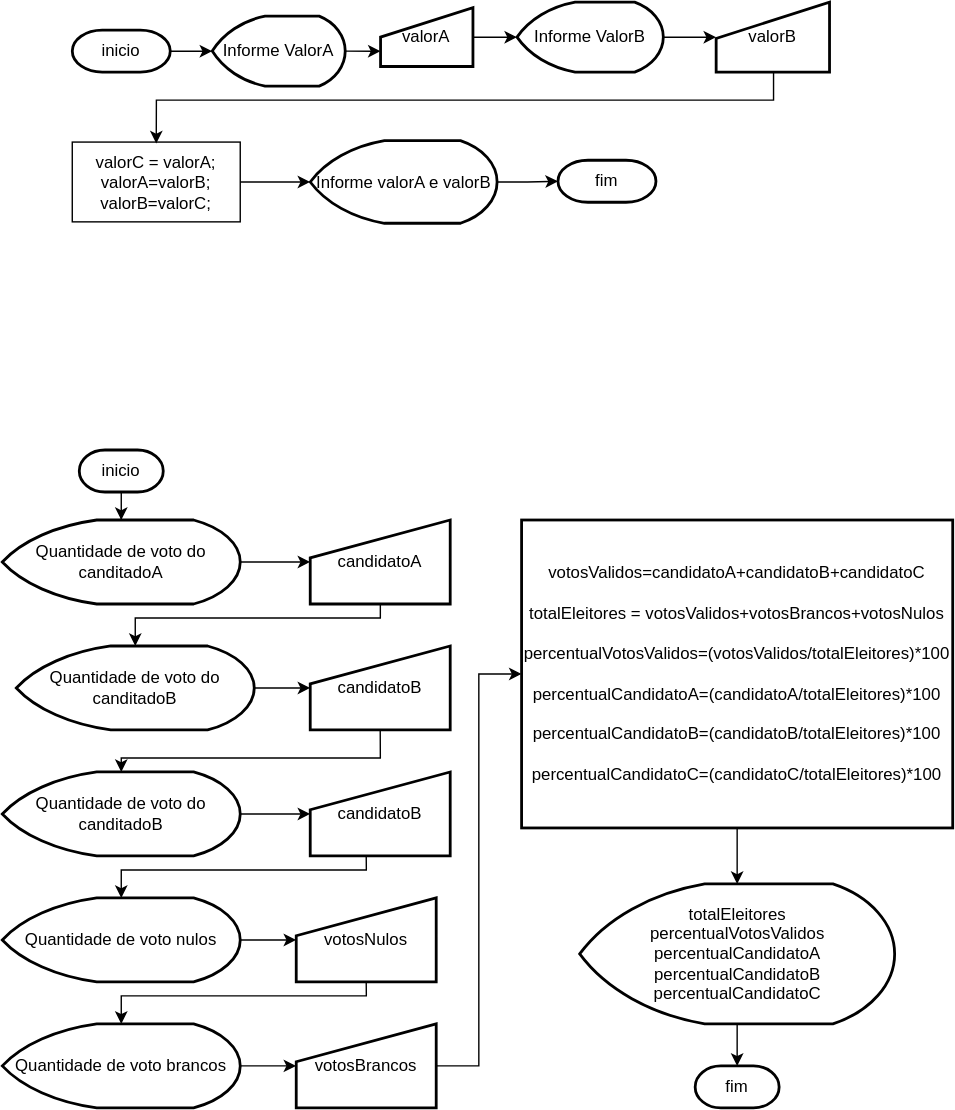
Earlier version of the draw.io export exercicio18/src/exercicio18.drawio.svg (bartolomeusantos072/logica-programacao). Source tidied: cells renumbered, new cells last; positions are measured from the earlier drawing's top-left corner, leaving out a move shared by most shapes.
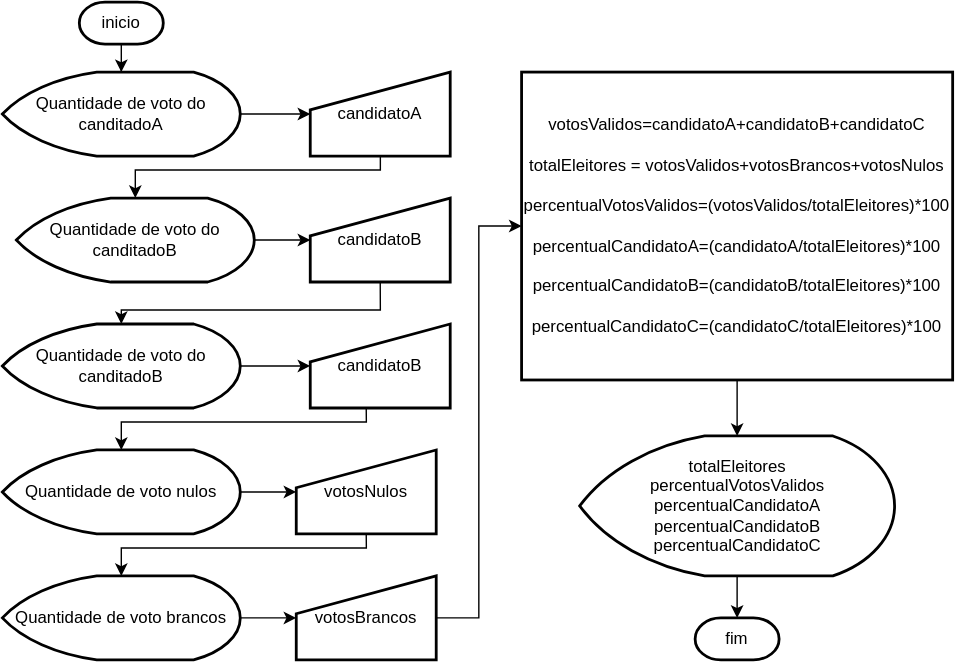
The same diagram one commit later.

Change to the diagram source:
```diff
@@ -2,60 +2,6 @@
   <root>
     <mxCell id="0" />
     <mxCell id="1" parent="0" />
-    <mxCell id="2" style="edgeStyle=orthogonalEdgeStyle;rounded=0;jettySize=auto;html=1;" parent="1" edge="1" source="3" target="5">
-      <mxGeometry relative="1" as="geometry" />
-    </mxCell>
-    <mxCell id="3" value="inicio" style="strokeWidth=2;html=1;shape=mxgraph.flowchart.terminator;whiteSpace=wrap;" parent="1" vertex="1">
-      <mxGeometry x="50" y="20" width="70" height="30" as="geometry" />
-    </mxCell>
-    <mxCell id="4" style="edgeStyle=orthogonalEdgeStyle;rounded=0;jettySize=auto;html=1;entryX=0;entryY=0.75;entryDx=0;entryDy=0;" parent="1" edge="1" target="7">
-      <mxGeometry relative="1" as="geometry">
-        <mxPoint x="245" y="35" as="sourcePoint" />
-      </mxGeometry>
-    </mxCell>
-    <mxCell id="5" value="Informe ValorA" style="strokeWidth=2;html=1;shape=mxgraph.flowchart.display;whiteSpace=wrap;" parent="1" vertex="1">
-      <mxGeometry x="150" y="10" width="95" height="50" as="geometry" />
-    </mxCell>
-    <mxCell id="6" style="edgeStyle=orthogonalEdgeStyle;rounded=0;jettySize=auto;html=1;" parent="1" edge="1" source="7" target="9">
-      <mxGeometry relative="1" as="geometry" />
-    </mxCell>
-    <mxCell id="7" value="valorA" style="html=1;strokeWidth=2;shape=manualInput;whiteSpace=wrap;rounded=1;size=21;arcSize=0;" parent="1" vertex="1">
-      <mxGeometry x="270.2" y="4" width="66" height="42" as="geometry" />
-    </mxCell>
-    <mxCell id="8" style="edgeStyle=orthogonalEdgeStyle;rounded=0;jettySize=auto;html=1;" parent="1" edge="1" source="9" target="10">
-      <mxGeometry relative="1" as="geometry" />
-    </mxCell>
-    <mxCell id="9" value="Informe ValorB&lt;span style=&quot;color: rgba(0, 0, 0, 0); font-family: monospace; font-size: 0px; text-align: start; text-wrap: nowrap;&quot;&gt;%3CmxGraphModel%3E%3Croot%3E%3CmxCell%20id%3D%220%22%2F%3E%3CmxCell%20id%3D%221%22%20parent%3D%220%22%2F%3E%3CmxCell%20id%3D%222%22%20style%3D%22edgeStyle%3DorthogonalEdgeStyle%3Brounded%3D0%3BorthogonalLoop%3D1%3BjettySize%3Dauto%3Bhtml%3D1%3BexitX%3D0.5%3BexitY%3D1%3BexitDx%3D0%3BexitDy%3D0%3BexitPerimeter%3D0%3B%22%20edge%3D%221%22%20source%3D%223%22%20target%3D%225%22%20parent%3D%221%22%3E%3CmxGeometry%20relative%3D%221%22%20as%3D%22geometry%22%2F%3E%3C%2FmxCell%3E%3CmxCell%20id%3D%223%22%20value%3D%22Informe%20ValorA%22%20style%3D%22strokeWidth%3D2%3Bhtml%3D1%3Bshape%3Dmxgraph.flowchart.display%3BwhiteSpace%3Dwrap%3B%22%20vertex%3D%221%22%20parent%3D%221%22%3E%3CmxGeometry%20x%3D%22-795%22%20y%3D%22100%22%20width%3D%2295%22%20height%3D%2250%22%20as%3D%22geometry%22%2F%3E%3C%2FmxCell%3E%3CmxCell%20id%3D%224%22%20value%3D%22%22%20style%3D%22endArrow%3Dclassic%3Bhtml%3D1%3Brounded%3D0%3BexitX%3D0.5%3BexitY%3D1%3BexitDx%3D0%3BexitDy%3D0%3BexitPerimeter%3D0%3B%22%20edge%3D%221%22%20target%3D%223%22%20parent%3D%221%22%3E%3CmxGeometry%20width%3D%2250%22%20height%3D%2250%22%20relative%3D%221%22%20as%3D%22geometry%22%3E%3CmxPoint%20x%3D%22-747%22%20y%3D%2260%22%20as%3D%22sourcePoint%22%2F%3E%3CmxPoint%20x%3D%22-480%22%20y%3D%22130%22%20as%3D%22targetPoint%22%2F%3E%3C%2FmxGeometry%3E%3C%2FmxCell%3E%3CmxCell%20id%3D%225%22%20value%3D%22valorA%22%20style%3D%22html%3D1%3BstrokeWidth%3D2%3Bshape%3DmanualInput%3BwhiteSpace%3Dwrap%3Brounded%3D1%3Bsize%3D26%3BarcSize%3D11%3B%22%20vertex%3D%221%22%20parent%3D%221%22%3E%3CmxGeometry%20x%3D%22-796%22%20y%3D%22190%22%20width%3D%2297%22%20height%3D%2260%22%20as%3D%22geometry%22%2F%3E%3C%2FmxCell%3E%3C%2Froot%3E%3C%2FmxGraphModel%&lt;/span&gt;" style="strokeWidth=2;html=1;shape=mxgraph.flowchart.display;whiteSpace=wrap;" parent="1" vertex="1">
-      <mxGeometry x="367.8" width="104.5" height="50" as="geometry" />
-    </mxCell>
-    <mxCell id="10" value="valorB" style="html=1;strokeWidth=2;shape=manualInput;whiteSpace=wrap;rounded=1;size=26;arcSize=0;" parent="1" vertex="1">
-      <mxGeometry x="510" width="81" height="50" as="geometry" />
-    </mxCell>
-    <mxCell id="11" value="valorC = valorA;&lt;div&gt;valorA=valorB;&lt;/div&gt;&lt;div&gt;valorB=valorC;&lt;/div&gt;" style="rounded=0;whiteSpace=wrap;html=1;" parent="1" vertex="1">
-      <mxGeometry x="50" y="100" width="120" height="57" as="geometry" />
-    </mxCell>
-    <mxCell id="12" value="Informe valorA e valorB&lt;span style=&quot;color: rgba(0, 0, 0, 0); font-family: monospace; font-size: 0px; text-align: start; text-wrap: nowrap;&quot;&gt;%3CmxGraphModel%3E%3Croot%3E%3CmxCell%20id%3D%220%22%2F%3E%3CmxCell%20id%3D%221%22%20parent%3D%220%22%2F%3E%3CmxCell%20id%3D%222%22%20style%3D%22edgeStyle%3DorthogonalEdgeStyle%3Brounded%3D0%3BorthogonalLoop%3D1%3BjettySize%3Dauto%3Bhtml%3D1%3BexitX%3D0.5%3BexitY%3D1%3BexitDx%3D0%3BexitDy%3D0%3BexitPerimeter%3D0%3B%22%20edge%3D%221%22%20source%3D%223%22%20target%3D%225%22%20parent%3D%221%22%3E%3CmxGeometry%20relative%3D%221%22%20as%3D%22geometry%22%2F%3E%3C%2FmxCell%3E%3CmxCell%20id%3D%223%22%20value%3D%22Informe%20ValorA%22%20style%3D%22strokeWidth%3D2%3Bhtml%3D1%3Bshape%3Dmxgraph.flowchart.display%3BwhiteSpace%3Dwrap%3B%22%20vertex%3D%221%22%20parent%3D%221%22%3E%3CmxGeometry%20x%3D%22-795%22%20y%3D%22100%22%20width%3D%2295%22%20height%3D%2250%22%20as%3D%22geometry%22%2F%3E%3C%2FmxCell%3E%3CmxCell%20id%3D%224%22%20value%3D%22%22%20style%3D%22endArrow%3Dclassic%3Bhtml%3D1%3Brounded%3D0%3BexitX%3D0.5%3BexitY%3D1%3BexitDx%3D0%3BexitDy%3D0%3BexitPerimeter%3D0%3B%22%20edge%3D%221%22%20target%3D%223%22%20parent%3D%221%22%3E%3CmxGeometry%20width%3D%2250%22%20height%3D%2250%22%20relative%3D%221%22%20as%3D%22geometry%22%3E%3CmxPoint%20x%3D%22-747%22%20y%3D%2260%22%20as%3D%22sourcePoint%22%2F%3E%3CmxPoint%20x%3D%22-480%22%20y%3D%22130%22%20as%3D%22targetPoint%22%2F%3E%3C%2FmxGeometry%3E%3C%2FmxCell%3E%3CmxCell%20id%3D%225%22%20value%3D%22valorA%22%20style%3D%22html%3D1%3BstrokeWidth%3D2%3Bshape%3DmanualInput%3BwhiteSpace%3Dwrap%3Brounded%3D1%3Bsize%3D26%3BarcSize%3D11%3B%22%20vertex%3D%221%22%20parent%3D%221%22%3E%3CmxGeometry%20x%3D%22-796%22%20y%3D%22190%22%20width%3D%2297%22%20height%3D%2260%22%20as%3D%22geometry%22%2F%3E%3C%2FmxCell%3E%3C%2Froot%3E%3C%2FmxGraph&lt;/span&gt;" style="strokeWidth=2;html=1;shape=mxgraph.flowchart.display;whiteSpace=wrap;" parent="1" vertex="1">
-      <mxGeometry x="220" y="99" width="133.5" height="59" as="geometry" />
-    </mxCell>
-    <mxCell id="13" value="fim" style="strokeWidth=2;html=1;shape=mxgraph.flowchart.terminator;whiteSpace=wrap;" parent="1" vertex="1">
-      <mxGeometry x="397" y="113" width="70" height="30" as="geometry" />
-    </mxCell>
-    <mxCell id="14" style="edgeStyle=orthogonalEdgeStyle;rounded=0;jettySize=auto;html=1;" parent="1" edge="1" source="11" target="12">
-      <mxGeometry relative="1" as="geometry" />
-    </mxCell>
-    <mxCell id="15" style="edgeStyle=orthogonalEdgeStyle;rounded=0;jettySize=auto;html=1;entryX=0;entryY=0.5;entryDx=0;entryDy=0;entryPerimeter=0;" parent="1" edge="1" source="12" target="13">
-      <mxGeometry relative="1" as="geometry" />
-    </mxCell>
-    <mxCell id="16" style="edgeStyle=orthogonalEdgeStyle;rounded=0;orthogonalLoop=1;jettySize=auto;html=1;entryX=0.5;entryY=0.175;entryDx=0;entryDy=0;entryPerimeter=0;" parent="1" edge="1">
-      <mxGeometry relative="1" as="geometry">
-        <mxPoint x="551" y="50" as="sourcePoint" />
-        <mxPoint x="110" y="101" as="targetPoint" />
-        <Array as="points">
-          <mxPoint x="551" y="70" />
-          <mxPoint x="110" y="70" />
-        </Array>
-      </mxGeometry>
-    </mxCell>
     <mxCell id="17" style="edgeStyle=orthogonalEdgeStyle;rounded=0;jettySize=auto;html=1;" parent="1" edge="1" source="18" target="20">
       <mxGeometry relative="1" as="geometry" />
     </mxCell>
```
